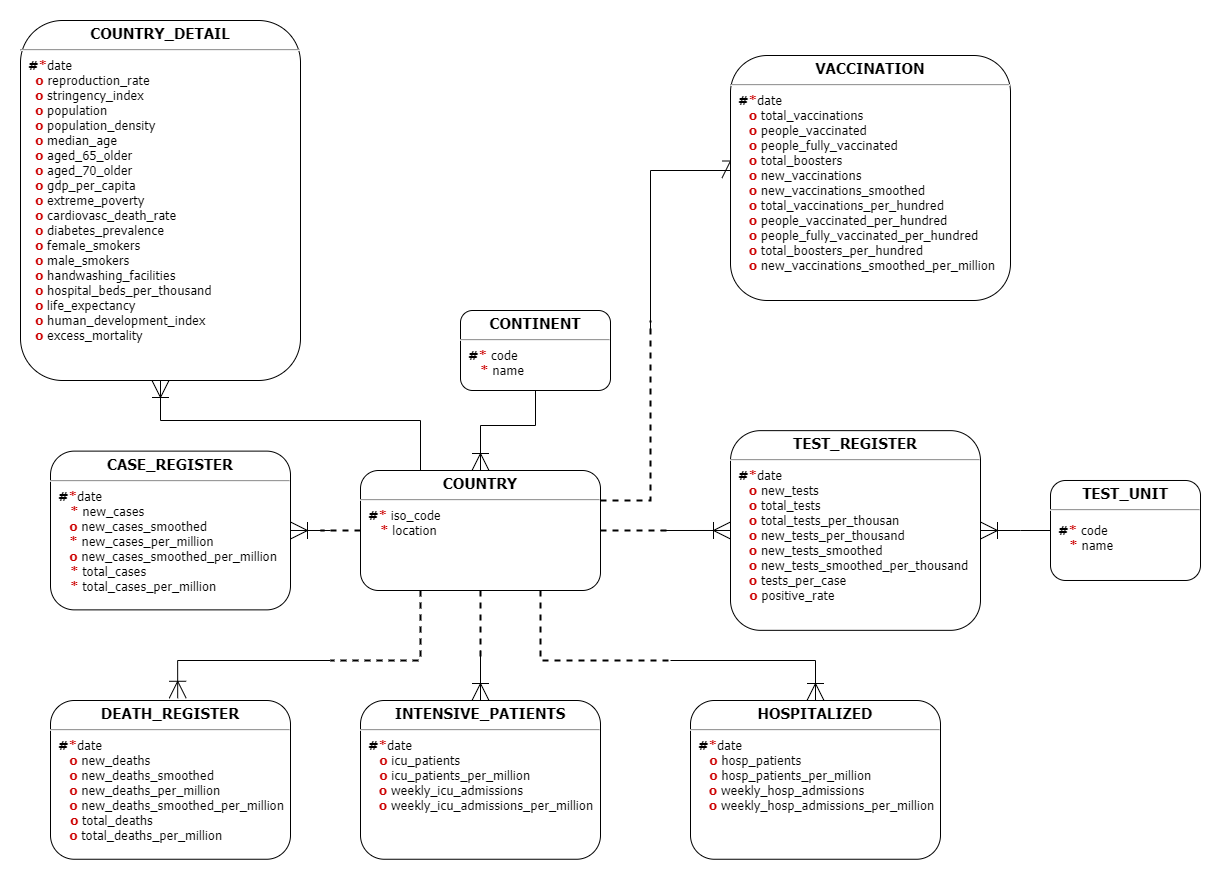
Above: images/conceptual_model.png in Kevin-Jose-Sandoval/BD1_Practicas_201807265 (draw.io), before the change. Source tidied: cells renumbered, new cells last; positions are measured from the earlier drawing's top-left corner, leaving out a move shared by most shapes.
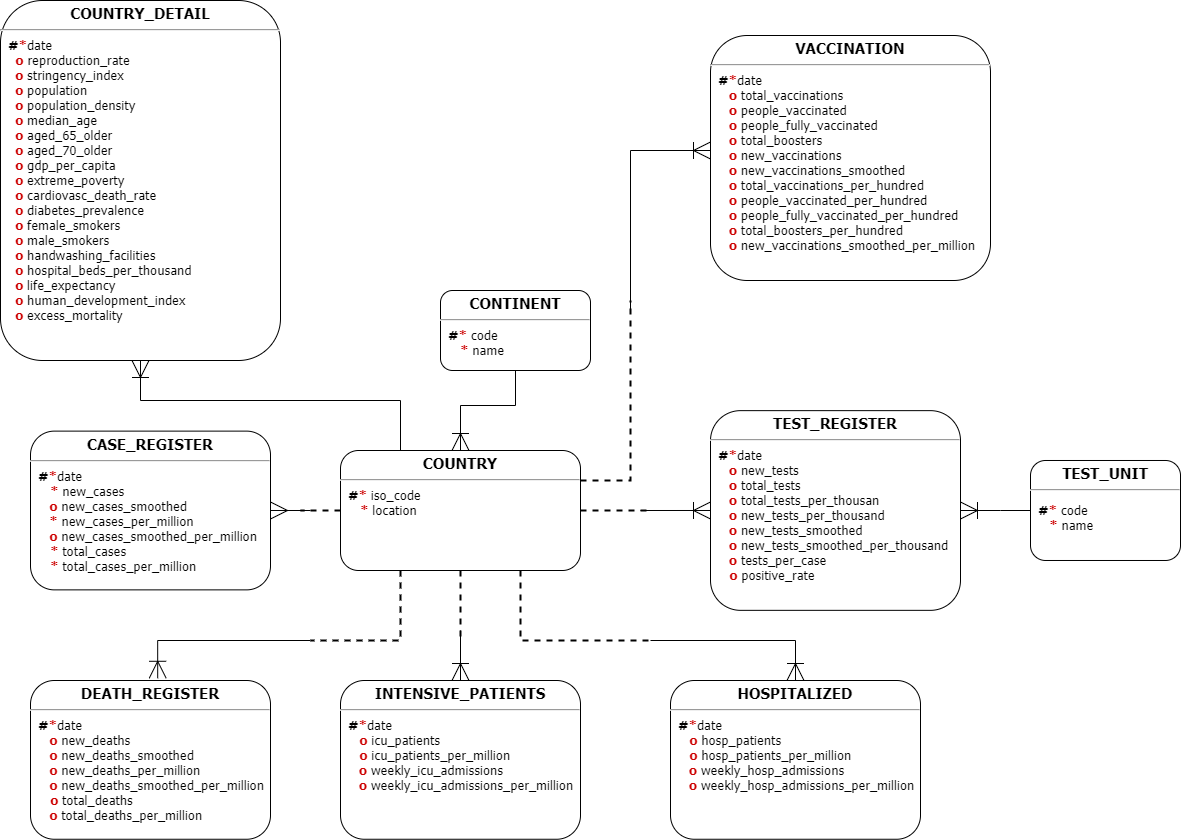
Above is the later version.

What changed in the source:
```diff
@@ -8,7 +8,7 @@
     <mxCell id="3" value="&lt;p style=&quot;text-align: center ; margin: 4px 0px 0px&quot;&gt;&lt;font face=&quot;Tahoma&quot; size=&quot;1&quot; color=&quot;#000000&quot;&gt;&lt;b style=&quot;font-size: 15px&quot;&gt;CONTINENT&lt;/b&gt;&lt;/font&gt;&lt;/p&gt;&lt;hr style=&quot;font-size: 14px&quot;&gt;&lt;p style=&quot;margin: 0px 0px 0px 8px ; font-size: 13px&quot;&gt;&lt;b&gt;&lt;font face=&quot;Tahoma&quot; color=&quot;#000000&quot;&gt;#&lt;/font&gt;&lt;span style=&quot;color: rgb(204 , 0 , 0) ; font-family: &amp;#34;tahoma&amp;#34;&quot;&gt;*&amp;nbsp;&lt;/span&gt;&lt;/b&gt;&lt;font face=&quot;Tahoma&quot; color=&quot;#000000&quot;&gt;code&lt;/font&gt;&lt;/p&gt;&lt;p style=&quot;margin: 0px 0px 0px 8px ; font-size: 13px&quot;&gt;&lt;span style=&quot;color: rgb(0 , 0 , 0) ; font-family: &amp;#34;tahoma&amp;#34;&quot;&gt;&amp;nbsp; &amp;nbsp;&lt;/span&gt;&lt;span style=&quot;font-weight: bold ; color: rgb(204 , 0 , 0) ; font-family: &amp;#34;tahoma&amp;#34;&quot;&gt;*&amp;nbsp;&lt;/span&gt;&lt;span style=&quot;font-family: &amp;#34;tahoma&amp;#34;&quot;&gt;&lt;font color=&quot;#000000&quot;&gt;name&lt;/font&gt;&lt;/span&gt;&lt;/p&gt;" style="verticalAlign=top;align=left;overflow=fill;fontSize=12;fontFamily=Helvetica;html=1;rounded=1;shadow=0;glass=0;sketch=0;fontColor=#660000;gradientColor=none;" parent="1" vertex="1">
       <mxGeometry x="440" y="290" width="150" height="80" as="geometry" />
     </mxCell>
-    <mxCell id="4" style="edgeStyle=orthogonalEdgeStyle;rounded=0;jettySize=auto;html=1;entryX=1;entryY=0.5;entryDx=0;entryDy=0;endArrow=ERoneToMany;endFill=0;endSize=15;" parent="1" edge="1" target="18">
+    <mxCell id="4" style="edgeStyle=orthogonalEdgeStyle;rounded=0;jettySize=auto;html=1;entryX=1;entryY=0.5;entryDx=0;entryDy=0;endArrow=ERmany;endFill=0;endSize=15;" parent="1" edge="1" target="18">
       <mxGeometry relative="1" as="geometry">
         <mxPoint x="310" y="510" as="sourcePoint" />
       </mxGeometry>
@@ -47,9 +47,10 @@
         </Array>
       </mxGeometry>
     </mxCell>
-    <mxCell id="10" style="edgeStyle=orthogonalEdgeStyle;rounded=0;jettySize=auto;html=1;entryX=0;entryY=0.5;entryDx=0;entryDy=0;endArrow=ERoneToMany;endFill=0;endSize=15;" parent="1" edge="1" target="25">
+    <mxCell id="10" style="edgeStyle=orthogonalEdgeStyle;rounded=0;orthogonalLoop=1;jettySize=auto;html=1;endArrow=ERoneToMany;endFill=0;endSize=15;" parent="1" edge="1">
       <mxGeometry relative="1" as="geometry">
         <mxPoint x="630" y="310" as="sourcePoint" />
+        <mxPoint x="710" y="150" as="targetPoint" />
         <Array as="points">
           <mxPoint x="630" y="150" />
         </Array>
```
